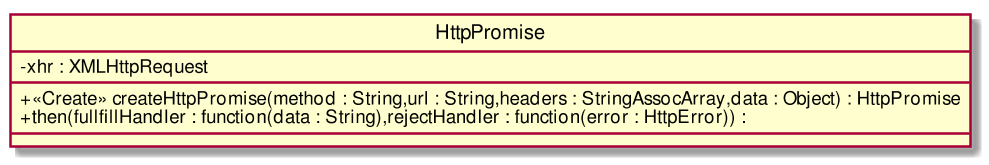
Before: RP/Esterni/DefinizioneDiProdotto/images/ClassHttpPromise.png, a diagram exported from PlantUML (CoCodeSWE/Docs).
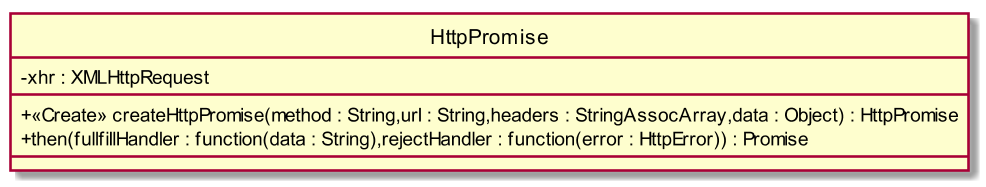
The same diagram one commit later.

What changed in the source:
```diff
@@ -5,7 +5,7 @@
 - xhr : XMLHttpRequest
 __
 + <<Create>> createHttpPromise(method : String,url : String,headers : StringAssocArray,data : Object) : HttpPromise
-+ then(fullfillHandler : function(data : String),rejectHandler : function(error : HttpError)) :
++ then(fullfillHandler : function(data : String),rejectHandler : function(error : HttpError)) : Promise
 __
 
 }
```
